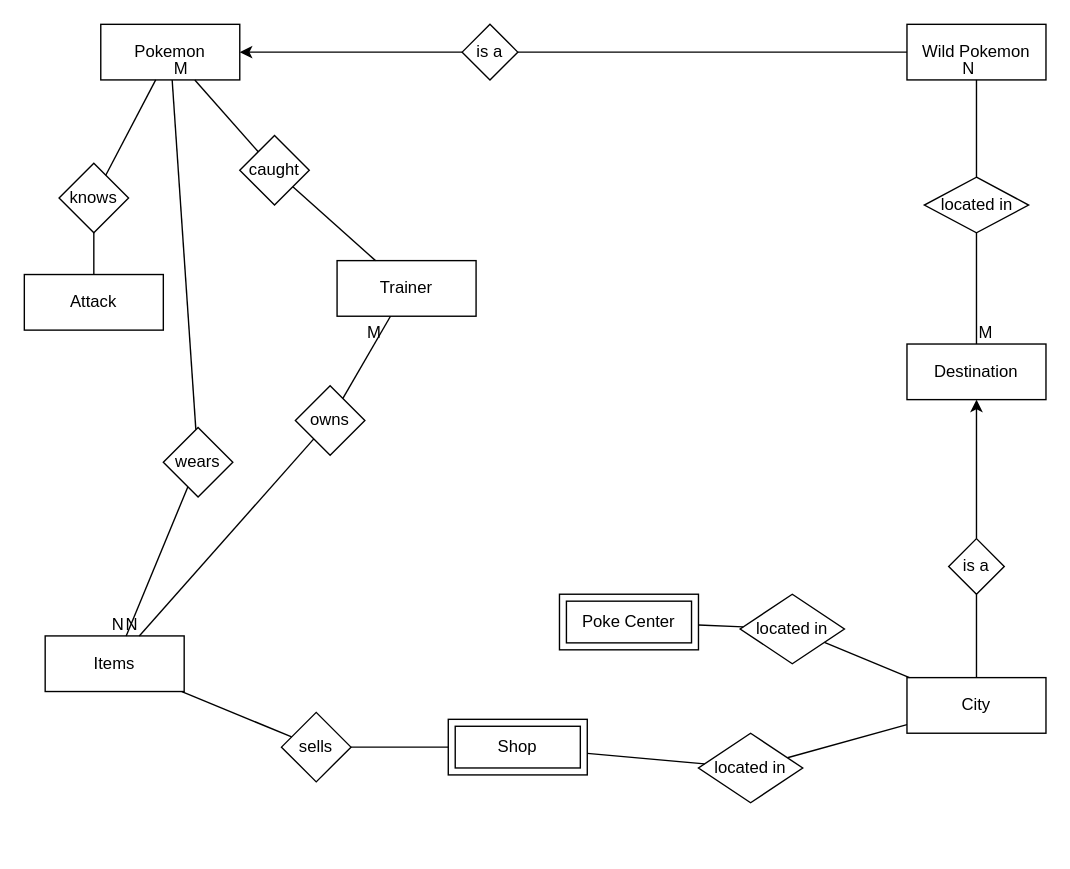
Above: Pokemon Scuffed Gray.drawio in mypictur3esforu/Pokemon-Scuffed-Grey (draw.io), before the change. Source tidied: cells renumbered, new cells numbered last; positions are measured from the earlier drawing's top-left corner, leaving out a move shared by most shapes. Both pictures are drawn from the tidied source at 139%, with x=0, y=0 at pixel (24, 24).
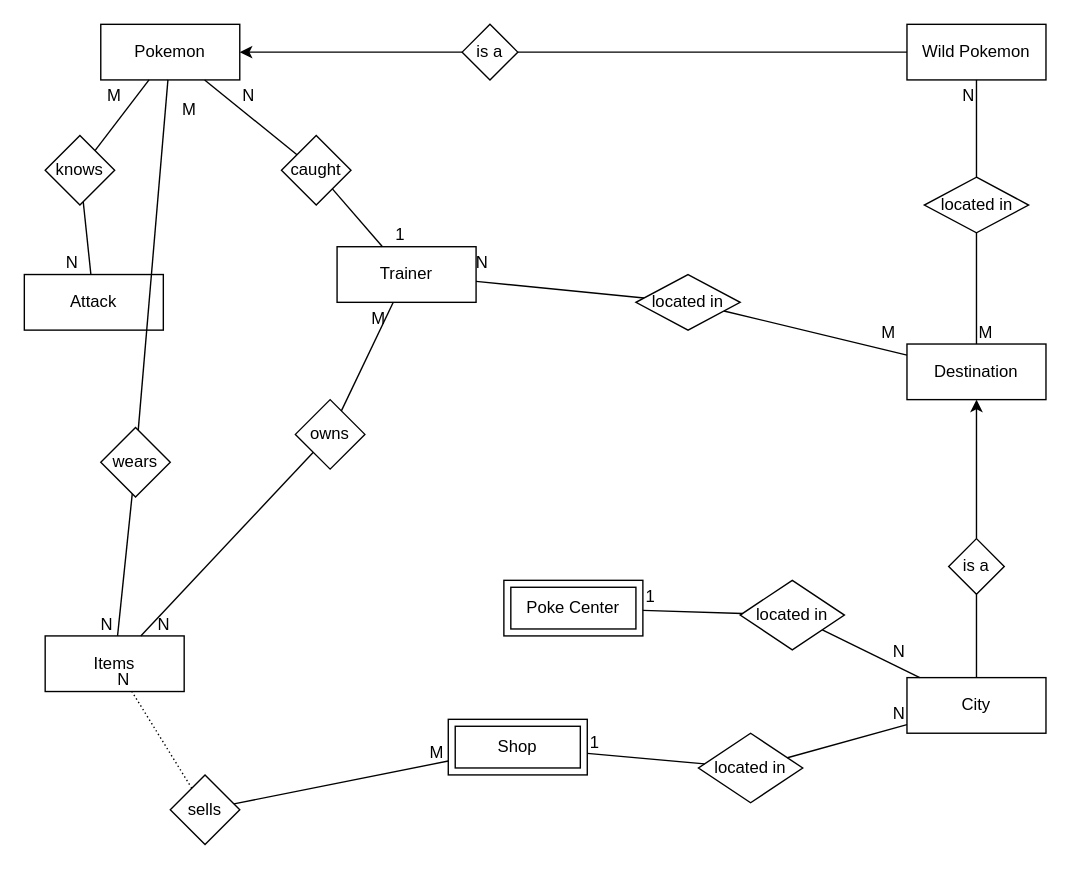
After the change.

Commit message:
ER-D bis auf Attribute fertig

Unchanged cells that the change refers to:
```xml
<mxCell id="4" value="Pokemon" style="whiteSpace=wrap;html=1;align=center;" parent="1" vertex="1">
  <mxGeometry x="55" width="100" height="40" as="geometry" />
</mxCell>
<mxCell id="7" value="Destination" style="whiteSpace=wrap;html=1;align=center;" parent="1" vertex="1">
  <mxGeometry x="635" y="230" width="100" height="40" as="geometry" />
</mxCell>
<mxCell id="9" value="Attack" style="whiteSpace=wrap;html=1;align=center;" parent="1" vertex="1">
  <mxGeometry y="180" width="100" height="40" as="geometry" />
</mxCell>
<mxCell id="10" value="City" style="whiteSpace=wrap;html=1;align=center;" parent="1" vertex="1">
  <mxGeometry x="635" y="470" width="100" height="40" as="geometry" />
</mxCell>
<mxCell id="24" value="Shop" style="shape=ext;margin=3;double=1;whiteSpace=wrap;html=1;align=center;" parent="1" vertex="1">
  <mxGeometry x="305" y="500" width="100" height="40" as="geometry" />
</mxCell>
<mxCell id="26" value="located in" style="shape=rhombus;perimeter=rhombusPerimeter;whiteSpace=wrap;html=1;align=center;" parent="1" vertex="1">
  <mxGeometry x="485" y="510" width="75" height="50" as="geometry" />
</mxCell>
<mxCell id="28" value="Items" style="whiteSpace=wrap;html=1;align=center;" parent="1" vertex="1">
  <mxGeometry x="15" y="440" width="100" height="40" as="geometry" />
</mxCell>
<mxCell id="33" style="endArrow=none;html=1;rounded=0;" parent="1" edge="1" source="32" target="28">
  <mxGeometry relative="1" as="geometry" />
</mxCell>
<mxCell id="37" style="endArrow=none;html=1;rounded=0;" parent="1" edge="1" source="41" target="28">
  <mxGeometry relative="1" as="geometry" />
</mxCell>
<mxCell id="39" style="endArrow=none;html=1;rounded=0;" parent="1" edge="1" source="4" target="41">
  <mxGeometry relative="1" as="geometry" />
</mxCell>
<mxCell id="42" style="endArrow=none;html=1;rounded=0;" parent="1" edge="1" source="46" target="5">
  <mxGeometry relative="1" as="geometry" />
</mxCell>
```

Diff of the diagram source:
```diff
@@
     <mxCell id="8" value="Trainer" style="whiteSpace=wrap;html=1;align=center;" parent="1" vertex="1">
-      <mxGeometry x="225" y="170" width="100" height="40" as="geometry" />
+      <mxGeometry x="225" y="160" width="100" height="40" as="geometry" />
     </mxCell>
@@
     <mxCell id="14" value="caught" style="shape=rhombus;perimeter=rhombusPerimeter;whiteSpace=wrap;html=1;align=center;" parent="1" vertex="1">
-      <mxGeometry x="155" y="80" width="50" height="50" as="geometry" />
+      <mxGeometry x="185" y="80" width="50" height="50" as="geometry" />
     </mxCell>
-    <mxCell id="15" style="endArrow=none;html=1;rounded=0;" parent="1" edge="1" source="8" target="14">
-      <mxGeometry relative="1" as="geometry" />
-    </mxCell>
-    <mxCell id="16" style="endArrow=none;html=1;rounded=0;" parent="1" edge="1" source="4" target="14">
-      <mxGeometry relative="1" as="geometry" />
-    </mxCell>
-    <mxCell id="17" value="knows" style="shape=rhombus;perimeter=rhombusPerimeter;whiteSpace=wrap;html=1;align=center;" parent="1" vertex="1">
-      <mxGeometry x="25" y="100" width="50" height="50" as="geometry" />
-    </mxCell>
-    <mxCell id="18" style="endArrow=none;html=1;rounded=0;" parent="1" edge="1" source="9" target="17">
-      <mxGeometry relative="1" as="geometry" />
-    </mxCell>
-    <mxCell id="19" style="endArrow=none;html=1;rounded=0;" parent="1" edge="1" source="4" target="17">
-      <mxGeometry relative="1" as="geometry" />
-    </mxCell>
     <mxCell id="20" value="Poke Center" style="shape=ext;margin=3;double=1;whiteSpace=wrap;html=1;align=center;" parent="1" vertex="1">
-      <mxGeometry x="385" y="410" width="100" height="40" as="geometry" />
+      <mxGeometry x="345" y="400" width="100" height="40" as="geometry" />
     </mxCell>
     <mxCell id="21" value="located in" style="shape=rhombus;perimeter=rhombusPerimeter;whiteSpace=wrap;html=1;align=center;" parent="1" vertex="1">
-      <mxGeometry x="515" y="410" width="75" height="50" as="geometry" />
+      <mxGeometry x="515" y="400" width="75" height="50" as="geometry" />
     </mxCell>
-    <mxCell id="22" style="endArrow=none;html=1;rounded=0;" parent="1" edge="1" source="20" target="21">
-      <mxGeometry relative="1" as="geometry" />
-    </mxCell>
-    <mxCell id="23" style="endArrow=none;html=1;rounded=0;" parent="1" edge="1" source="21" target="10">
-      <mxGeometry relative="1" as="geometry" />
-    </mxCell>
@@
-    <mxCell id="25" style="endArrow=none;html=1;rounded=0;" parent="1" edge="1" source="26" target="10">
-      <mxGeometry relative="1" as="geometry" />
-    </mxCell>
@@
-    <mxCell id="27" style="endArrow=none;html=1;rounded=0;" parent="1" edge="1" source="24" target="26">
-      <mxGeometry relative="1" as="geometry" />
-    </mxCell>
@@
-    <mxCell id="29" value="sells" style="shape=rhombus;perimeter=rhombusPerimeter;whiteSpace=wrap;html=1;align=center;" parent="1" vertex="1">
-      <mxGeometry x="185" y="495" width="50" height="50" as="geometry" />
-    </mxCell>
-    <mxCell id="30" style="endArrow=none;html=1;rounded=0;" parent="1" edge="1" source="24" target="29">
-      <mxGeometry relative="1" as="geometry" />
-    </mxCell>
-    <mxCell id="31" style="endArrow=none;html=1;rounded=0;" parent="1" edge="1" source="28" target="29">
-      <mxGeometry relative="1" as="geometry" />
-    </mxCell>
     <mxCell id="32" value="owns" style="shape=rhombus;perimeter=rhombusPerimeter;whiteSpace=wrap;html=1;align=center;" parent="1" vertex="1">
-      <mxGeometry x="195" y="260" width="50" height="50" as="geometry" />
+      <mxGeometry x="195" y="270" width="50" height="50" as="geometry" />
     </mxCell>
@@
     <mxCell id="34" value="N" style="html=1;whiteSpace=wrap;align=right;verticalAlign=bottom;" parent="33" vertex="1">
-      <mxGeometry x="1" relative="1" as="geometry" />
+      <mxGeometry x="1" relative="1" as="geometry">
+        <mxPoint x="22" as="offset" />
+      </mxGeometry>
     </mxCell>
@@
     <mxCell id="38" value="N" style="html=1;whiteSpace=wrap;align=right;verticalAlign=bottom;" parent="37" vertex="1">
-      <mxGeometry x="1" relative="1" as="geometry" />
+      <mxGeometry x="1" relative="1" as="geometry">
+        <mxPoint x="-2" as="offset" />
+      </mxGeometry>
     </mxCell>
@@
     <mxCell id="40" value="M" style="html=1;whiteSpace=wrap;align=left;verticalAlign=bottom;" parent="39" vertex="1">
-      <mxGeometry x="-1" relative="1" as="geometry" />
+      <mxGeometry x="-1" relative="1" as="geometry">
+        <mxPoint x="9" y="30" as="offset" />
+      </mxGeometry>
     </mxCell>
     <mxCell id="41" value="wears" style="shape=rhombus;perimeter=rhombusPerimeter;whiteSpace=wrap;html=1;align=center;" parent="1" vertex="1">
-      <mxGeometry x="100" y="290" width="50" height="50" as="geometry" />
+      <mxGeometry x="55" y="290" width="50" height="50" as="geometry" />
     </mxCell>
@@
     <mxCell id="43" value="N" style="html=1;whiteSpace=wrap;align=right;verticalAlign=bottom;" parent="42" vertex="1">
-      <mxGeometry x="1" relative="1" as="geometry" />
+      <mxGeometry x="1" relative="1" as="geometry">
+        <mxPoint y="20" as="offset" />
+      </mxGeometry>
     </mxCell>
@@
+    <mxCell id="47" style="endArrow=none;html=1;rounded=0;" parent="1" edge="1" source="17" target="9">
+      <mxGeometry relative="1" as="geometry" />
+    </mxCell>
+    <mxCell id="48" value="N" style="html=1;whiteSpace=wrap;align=right;verticalAlign=bottom;" parent="47" vertex="1">
+      <mxGeometry x="1" relative="1" as="geometry">
+        <mxPoint x="-8" as="offset" />
+      </mxGeometry>
+    </mxCell>
+    <mxCell id="19" style="endArrow=none;html=1;rounded=0;" parent="1" edge="1" source="4" target="17">
+      <mxGeometry relative="1" as="geometry" />
+    </mxCell>
+    <mxCell id="49" value="M" style="html=1;whiteSpace=wrap;align=left;verticalAlign=bottom;" parent="19" vertex="1">
+      <mxGeometry x="-1" relative="1" as="geometry">
+        <mxPoint x="-32" y="20" as="offset" />
+      </mxGeometry>
+    </mxCell>
+    <mxCell id="17" value="knows" style="shape=rhombus;perimeter=rhombusPerimeter;whiteSpace=wrap;html=1;align=center;" parent="1" vertex="1">
+      <mxGeometry x="15" y="80" width="50" height="50" as="geometry" />
+    </mxCell>
+    <mxCell id="50" style="endArrow=none;html=1;rounded=0;" parent="1" edge="1" source="14" target="8">
+      <mxGeometry relative="1" as="geometry" />
+    </mxCell>
+    <mxCell id="51" value="1" style="html=1;whiteSpace=wrap;align=right;verticalAlign=bottom;" parent="50" vertex="1">
+      <mxGeometry x="1" relative="1" as="geometry">
+        <mxPoint x="17" as="offset" />
+      </mxGeometry>
+    </mxCell>
+    <mxCell id="52" style="endArrow=none;html=1;rounded=0;" parent="1" edge="1" source="14" target="4">
+      <mxGeometry relative="1" as="geometry" />
+    </mxCell>
+    <mxCell id="53" value="N" style="html=1;whiteSpace=wrap;align=right;verticalAlign=bottom;" parent="52" vertex="1">
+      <mxGeometry x="1" relative="1" as="geometry">
+        <mxPoint x="38" y="20" as="offset" />
+      </mxGeometry>
+    </mxCell>
+    <mxCell id="54" style="endArrow=none;html=1;rounded=0;" parent="1" edge="1" source="7" target="56">
+      <mxGeometry relative="1" as="geometry" />
+    </mxCell>
+    <mxCell id="55" value="M" style="html=1;whiteSpace=wrap;align=left;verticalAlign=bottom;" parent="54" vertex="1">
+      <mxGeometry x="-1" relative="1" as="geometry">
+        <mxPoint x="-20" y="-8" as="offset" />
+      </mxGeometry>
+    </mxCell>
+    <mxCell id="56" value="located in" style="shape=rhombus;perimeter=rhombusPerimeter;whiteSpace=wrap;html=1;align=center;" parent="1" vertex="1">
+      <mxGeometry x="440" y="180" width="75" height="40" as="geometry" />
+    </mxCell>
+    <mxCell id="57" style="endArrow=none;html=1;rounded=0;" parent="1" edge="1" source="56" target="8">
+      <mxGeometry relative="1" as="geometry" />
+    </mxCell>
+    <mxCell id="58" value="N" style="html=1;whiteSpace=wrap;align=right;verticalAlign=bottom;" parent="57" vertex="1">
+      <mxGeometry x="1" relative="1" as="geometry">
+        <mxPoint x="10" y="-5" as="offset" />
+      </mxGeometry>
+    </mxCell>
+    <mxCell id="30" style="endArrow=none;html=1;rounded=0;" parent="1" edge="1" source="24" target="29">
+      <mxGeometry relative="1" as="geometry" />
+    </mxCell>
+    <mxCell id="59" value="M" style="html=1;whiteSpace=wrap;align=left;verticalAlign=bottom;" parent="30" vertex="1">
+      <mxGeometry x="-1" relative="1" as="geometry">
+        <mxPoint x="-15" y="2" as="offset" />
+      </mxGeometry>
+    </mxCell>
+    <mxCell id="29" value="sells" style="shape=rhombus;perimeter=rhombusPerimeter;whiteSpace=wrap;html=1;align=center;" parent="1" vertex="1">
+      <mxGeometry x="105" y="540" width="50" height="50" as="geometry" />
+    </mxCell>
+    <mxCell id="60" style="endArrow=none;html=1;rounded=0;dashed=1;dashPattern=1 2;" parent="1" edge="1" source="29" target="28">
+      <mxGeometry relative="1" as="geometry" />
+    </mxCell>
+    <mxCell id="61" value="N" style="html=1;whiteSpace=wrap;align=right;verticalAlign=bottom;" parent="60" vertex="1">
+      <mxGeometry x="1" relative="1" as="geometry" />
+    </mxCell>
+    <mxCell id="62" style="endArrow=none;html=1;rounded=0;" parent="1" edge="1" source="26" target="24">
+      <mxGeometry relative="1" as="geometry" />
+    </mxCell>
+    <mxCell id="63" value="1" style="html=1;whiteSpace=wrap;align=right;verticalAlign=bottom;" parent="62" vertex="1">
+      <mxGeometry x="1" relative="1" as="geometry">
+        <mxPoint x="10" y="1" as="offset" />
+      </mxGeometry>
+    </mxCell>
+    <mxCell id="25" style="endArrow=none;html=1;rounded=0;" parent="1" edge="1" source="26" target="10">
+      <mxGeometry relative="1" as="geometry" />
+    </mxCell>
+    <mxCell id="64" value="N" style="html=1;whiteSpace=wrap;align=right;verticalAlign=bottom;" parent="25" vertex="1">
+      <mxGeometry x="1" relative="1" as="geometry" />
+    </mxCell>
+    <mxCell id="65" style="endArrow=none;html=1;rounded=0;" parent="1" edge="1" source="21" target="20">
+      <mxGeometry relative="1" as="geometry" />
+    </mxCell>
+    <mxCell id="66" value="1" style="html=1;whiteSpace=wrap;align=right;verticalAlign=bottom;" parent="65" vertex="1">
+      <mxGeometry x="1" relative="1" as="geometry">
+        <mxPoint x="10" y="-2" as="offset" />
+      </mxGeometry>
+    </mxCell>
+    <mxCell id="23" style="endArrow=none;html=1;rounded=0;" parent="1" edge="1" source="21" target="10">
+      <mxGeometry relative="1" as="geometry" />
+    </mxCell>
+    <mxCell id="67" value="N" style="html=1;whiteSpace=wrap;align=right;verticalAlign=bottom;" parent="23" vertex="1">
+      <mxGeometry x="1" relative="1" as="geometry">
+        <mxPoint x="-9" y="-10" as="offset" />
+      </mxGeometry>
+    </mxCell>
```
